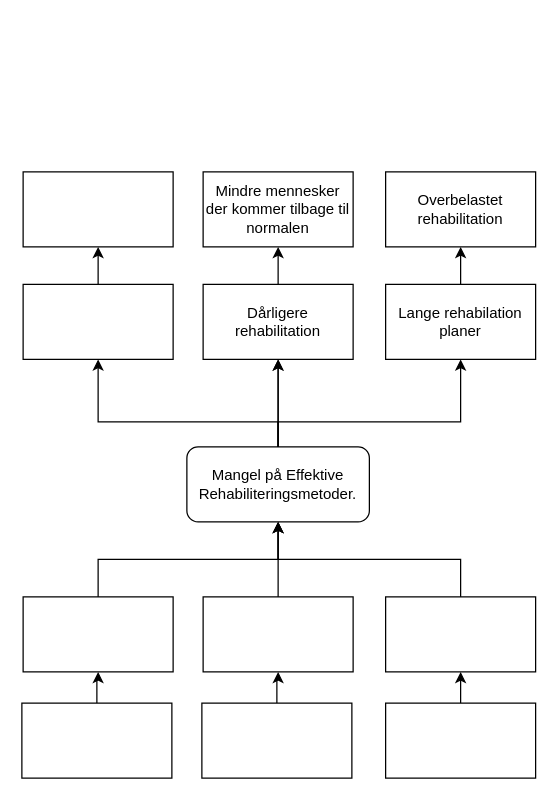
This is Unavngivet diagram.drawio from Voidrunner42/Storage, a draw.io file, before an edit. Source tidied: cells renumbered, new cells numbered last; positions are measured from the earlier drawing's top-left corner, leaving out a move shared by most shapes. Both pictures are drawn from the tidied source at 125%, with x=0, y=0 at pixel (21, 171).
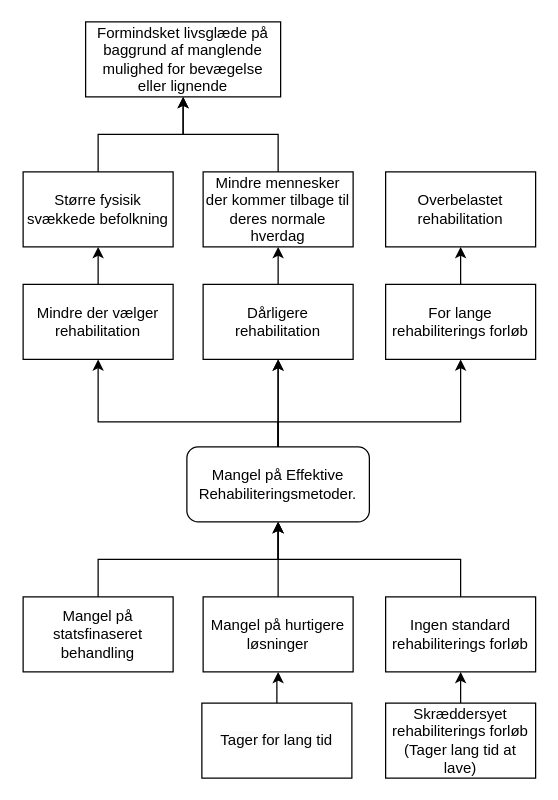
Above is the later version.

The change refers to these unchanged cells:
```xml
<mxCell id="6" value="Mangel på Effektive Rehabiliteringsmetoder." style="rounded=1;whiteSpace=wrap;html=1;" parent="1" vertex="1">
  <mxGeometry x="132" y="220" width="146" height="60" as="geometry" />
</mxCell>
```

Change to the diagram source:
```diff
@@
-    <mxCell id="8" style="rounded=0;whiteSpace=wrap;html=1;" parent="1" vertex="1">
+    <mxCell id="8" value="Mindre der vælger rehabilitation" style="rounded=0;whiteSpace=wrap;html=1;" parent="1" vertex="1">
       <mxGeometry x="1" y="90" width="120" height="60" as="geometry" />
     </mxCell>
@@
-    <mxCell id="12" value="Lange rehabilation planer" style="rounded=0;whiteSpace=wrap;html=1;" parent="1" vertex="1">
+    <mxCell id="12" value="For lange rehabiliterings forløb" style="rounded=0;whiteSpace=wrap;html=1;" parent="1" vertex="1">
       <mxGeometry x="291" y="90" width="120" height="60" as="geometry" />
     </mxCell>
+    <mxCell id="28" style="edgeStyle=orthogonalEdgeStyle;rounded=0;jettySize=auto;html=1;entryX=0.5;entryY=1;entryDx=0;entryDy=0;" parent="1" edge="1" source="13" target="31">
+      <mxGeometry relative="1" as="geometry" />
+    </mxCell>
-    <mxCell id="13" value="Mindre mennesker der kommer tilbage til normalen" style="rounded=0;whiteSpace=wrap;html=1;" parent="1" vertex="1">
+    <mxCell id="13" value="Mindre mennesker der kommer tilbage til deres normale hverdag" style="rounded=0;whiteSpace=wrap;html=1;" parent="1" vertex="1">
       <mxGeometry x="145" width="120" height="60" as="geometry" />
     </mxCell>
+    <mxCell id="29" style="edgeStyle=orthogonalEdgeStyle;rounded=0;jettySize=auto;html=1;entryX=0.5;entryY=1;entryDx=0;entryDy=0;" parent="1" edge="1" source="14" target="31">
+      <mxGeometry relative="1" as="geometry" />
+    </mxCell>
-    <mxCell id="14" style="rounded=0;whiteSpace=wrap;html=1;" parent="1" vertex="1">
+    <mxCell id="14" value="Større fysisik svækkede befolkning" style="rounded=0;whiteSpace=wrap;html=1;" parent="1" vertex="1">
       <mxGeometry x="1" width="120" height="60" as="geometry" />
     </mxCell>
@@
-    <mxCell id="17" style="rounded=0;whiteSpace=wrap;html=1;" parent="1" vertex="1">
+    <mxCell id="17" value="Mangel på hurtigere løsninger" style="rounded=0;whiteSpace=wrap;html=1;" parent="1" vertex="1">
       <mxGeometry x="145" y="340" width="120" height="60" as="geometry" />
     </mxCell>
@@
-    <mxCell id="19" style="rounded=0;whiteSpace=wrap;html=1;" parent="1" vertex="1">
+    <mxCell id="19" value="Ingen standard rehabiliterings forløb" style="rounded=0;whiteSpace=wrap;html=1;" parent="1" vertex="1">
       <mxGeometry x="291" y="340" width="120" height="60" as="geometry" />
     </mxCell>
-    <mxCell id="20" style="edgeStyle=orthogonalEdgeStyle;rounded=0;jettySize=auto;html=1;entryX=0.5;entryY=1;entryDx=0;entryDy=0;" parent="1" edge="1" source="21" target="6">
-      <mxGeometry relative="1" as="geometry">
-        <Array as="points">
-          <mxPoint x="61" y="310" />
-          <mxPoint x="205" y="310" />
-        </Array>
-      </mxGeometry>
-    </mxCell>
-    <mxCell id="21" style="rounded=0;whiteSpace=wrap;html=1;" parent="1" vertex="1">
-      <mxGeometry x="1" y="340" width="120" height="60" as="geometry" />
-    </mxCell>
@@
-    <mxCell id="23" style="rounded=0;whiteSpace=wrap;html=1;" parent="1" vertex="1">
+    <mxCell id="23" value="&lt;span style=&quot;color: rgb(0, 0, 0); font-family: Helvetica; font-size: 12px; font-style: normal; font-variant-ligatures: normal; font-variant-caps: normal; font-weight: 400; letter-spacing: normal; orphans: 2; text-align: center; text-indent: 0px; text-transform: none; widows: 2; word-spacing: 0px; -webkit-text-stroke-width: 0px; background-color: rgb(251, 251, 251); text-decoration-thickness: initial; text-decoration-style: initial; text-decoration-color: initial; float: none; display: inline !important;&quot;&gt;Tager for lang tid&lt;/span&gt;" style="rounded=0;whiteSpace=wrap;html=1;" parent="1" vertex="1">
       <mxGeometry x="144" y="425" width="120" height="60" as="geometry" />
     </mxCell>
@@
-    <mxCell id="25" style="rounded=0;whiteSpace=wrap;html=1;" parent="1" vertex="1">
+    <mxCell id="25" value="Skræddersyet rehabiliterings forløb (Tager lang tid at lave)" style="rounded=0;whiteSpace=wrap;html=1;" parent="1" vertex="1">
       <mxGeometry x="291" y="425" width="120" height="60" as="geometry" />
     </mxCell>
-    <mxCell id="26" style="edgeStyle=orthogonalEdgeStyle;rounded=0;jettySize=auto;html=1;" parent="1" edge="1" source="27" target="21">
-      <mxGeometry relative="1" as="geometry" />
-    </mxCell>
+    <mxCell id="30" style="edgeStyle=orthogonalEdgeStyle;rounded=0;jettySize=auto;html=1;" parent="1" edge="1" source="27" target="6">
+      <mxGeometry relative="1" as="geometry">
+        <Array as="points">
+          <mxPoint x="61" y="310" />
+          <mxPoint x="205" y="310" />
+        </Array>
+      </mxGeometry>
+    </mxCell>
-    <mxCell id="27" style="rounded=0;whiteSpace=wrap;html=1;" parent="1" vertex="1">
-      <mxGeometry y="425" width="120" height="60" as="geometry" />
+    <mxCell id="27" value="Mangel på statsfinaseret behandling" style="rounded=0;whiteSpace=wrap;html=1;" parent="1" vertex="1">
+      <mxGeometry x="1" y="340" width="120" height="60" as="geometry" />
     </mxCell>
+    <mxCell id="31" value="Formindsket livsglæde på baggrund af manglende mulighed for bevægelse eller lignende" style="rounded=0;whiteSpace=wrap;html=1;" parent="1" vertex="1">
+      <mxGeometry x="51" y="-120" width="156" height="60" as="geometry" />
+    </mxCell>
```
